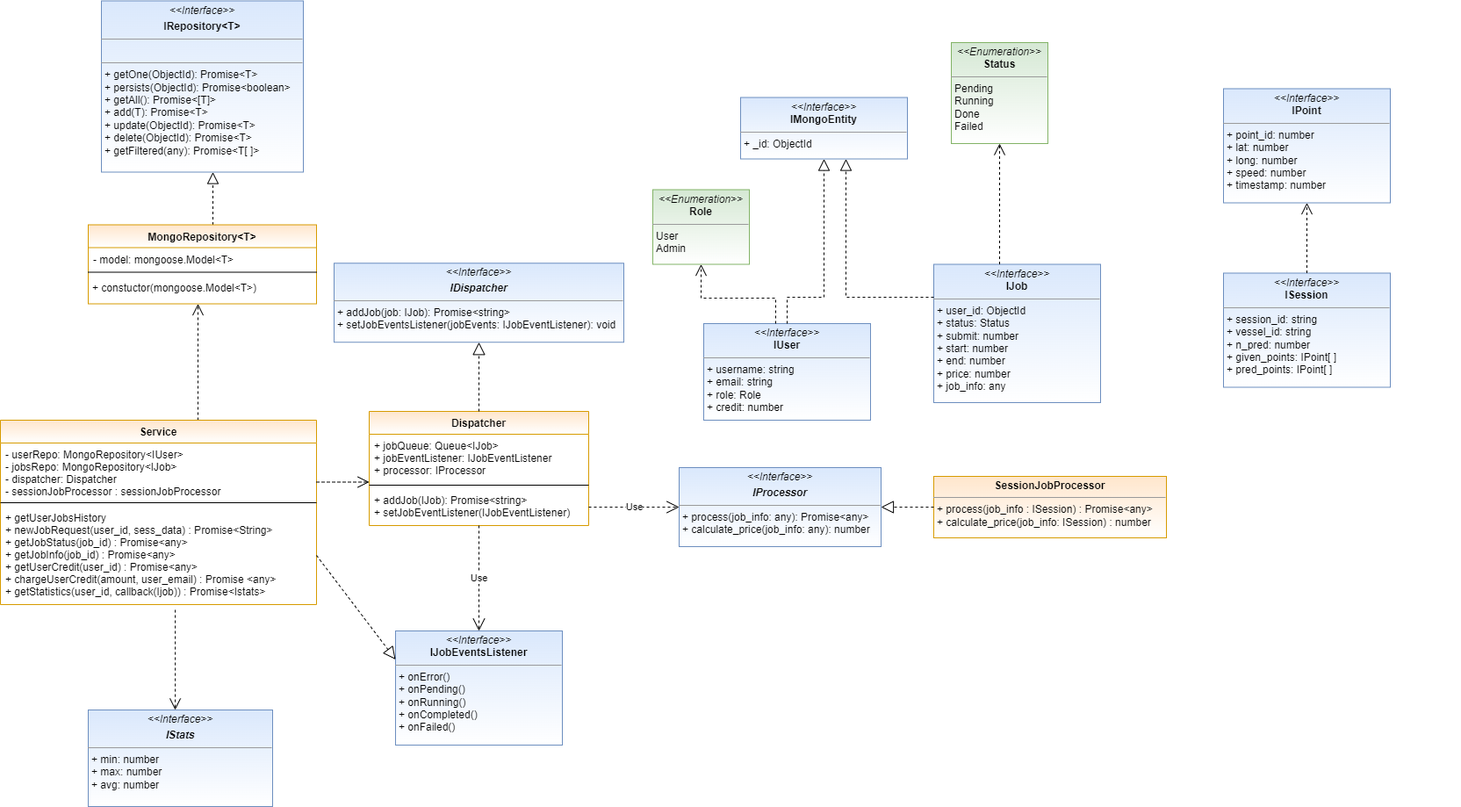
Earlier version of the draw.io export imgs/Class_Diagram.png (DavideOliv/PA2022_Fishing). Source tidied: cells renumbered, new cells last; positions are measured from the earlier drawing's top-left corner, leaving out a move shared by most shapes.
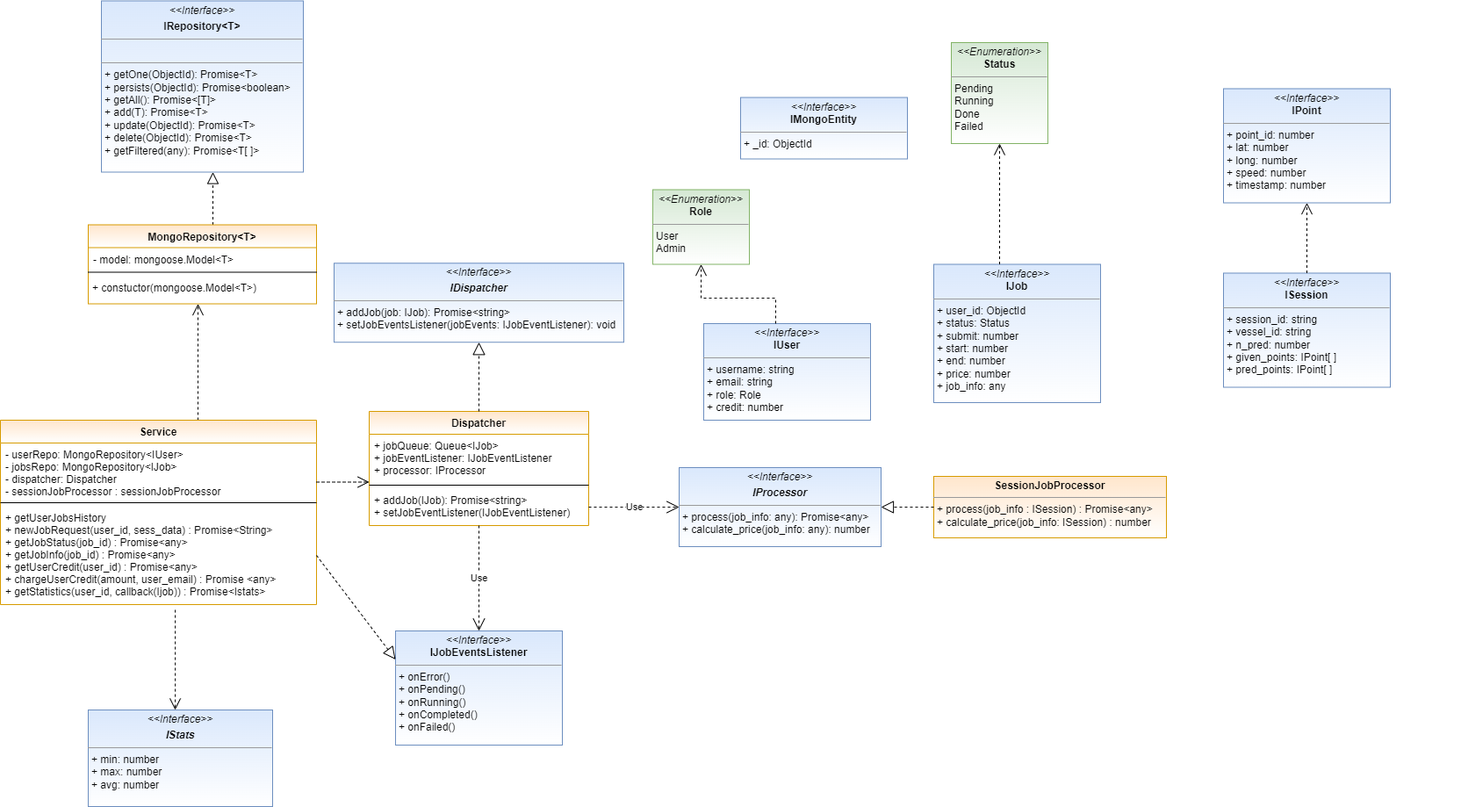
The same file after the commit.

Change to the diagram source:
```diff
@@ -117,21 +117,6 @@
     <mxCell id="31" value="&lt;p style=&quot;margin:0px;margin-top:4px;text-align:center;&quot;&gt;&lt;i&gt;&amp;lt;&amp;lt;Interface&amp;gt;&amp;gt;&lt;/i&gt;&lt;br&gt;&lt;b&gt;IMongoEntity&lt;/b&gt;&lt;br&gt;&lt;/p&gt;&lt;hr size=&quot;1&quot;&gt;&lt;p style=&quot;margin:0px;margin-left:4px;&quot;&gt;+ _id: ObjectId&lt;br&gt;&lt;/p&gt;" style="verticalAlign=top;align=left;overflow=fill;fontSize=12;fontFamily=Helvetica;html=1;fillColor=#dae8fc;strokeColor=#6c8ebf;gradientColor=#ffffff;" parent="21" vertex="1">
       <mxGeometry x="100" y="62.5" width="190" height="70" as="geometry" />
     </mxCell>
-    <mxCell id="32" style="edgeStyle=orthogonalEdgeStyle;rounded=0;jettySize=auto;html=1;entryX=0.5;entryY=1;entryDx=0;entryDy=0;dashed=1;endArrow=block;endFill=0;endSize=11;strokeWidth=1;" parent="21" edge="1" source="22" target="31">
-      <mxGeometry relative="1" as="geometry">
-        <Array as="points">
-          <mxPoint x="153" y="290" />
-          <mxPoint x="195" y="290" />
-        </Array>
-      </mxGeometry>
-    </mxCell>
-    <mxCell id="33" style="edgeStyle=orthogonalEdgeStyle;rounded=0;jettySize=auto;html=1;dashed=1;fontSize=19;endArrow=block;endFill=0;endSize=11;strokeWidth=1;" parent="21" edge="1" source="24" target="31">
-      <mxGeometry relative="1" as="geometry">
-        <Array as="points">
-          <mxPoint x="220" y="290" />
-        </Array>
-      </mxGeometry>
-    </mxCell>
     <mxCell id="34" value="&lt;p style=&quot;margin:0px;margin-top:4px;text-align:center;&quot;&gt;&lt;b&gt;SessionJobProcessor&lt;/b&gt;&lt;/p&gt;&lt;hr size=&quot;1&quot;&gt;&lt;p style=&quot;margin:0px;margin-left:4px;&quot;&gt;+ process(job_info : ISession) : Promise&amp;lt;any&amp;gt;&lt;/p&gt;&lt;p style=&quot;margin:0px;margin-left:4px;&quot;&gt;+ calculate_price(job_info: ISession) : number&lt;/p&gt;" style="verticalAlign=top;align=left;overflow=fill;fontSize=12;fontFamily=Helvetica;html=1;fillColor=#ffe6cc;strokeColor=#d79b00;gradientColor=#ffffff;" parent="21" vertex="1">
       <mxGeometry x="320" y="494" width="265" height="70" as="geometry" />
     </mxCell>
```
